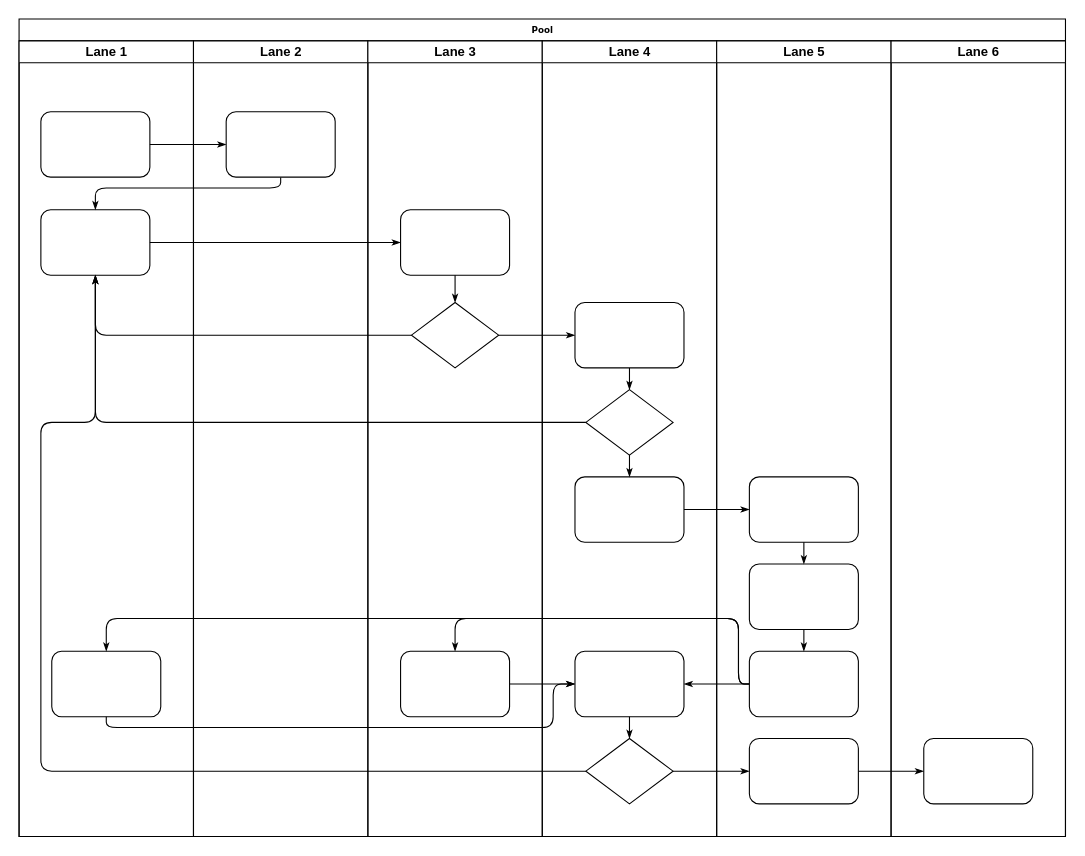
The draw.io diagram 未命名表单.drawio in Cyrusvic/358pub, before the edit. Source tidied: cells renumbered, new cells numbered last; positions are measured from the earlier drawing's top-left corner, leaving out a move shared by most shapes. Both pictures are drawn from the tidied source at 109%, with x=0, y=0 at pixel (19, 19).
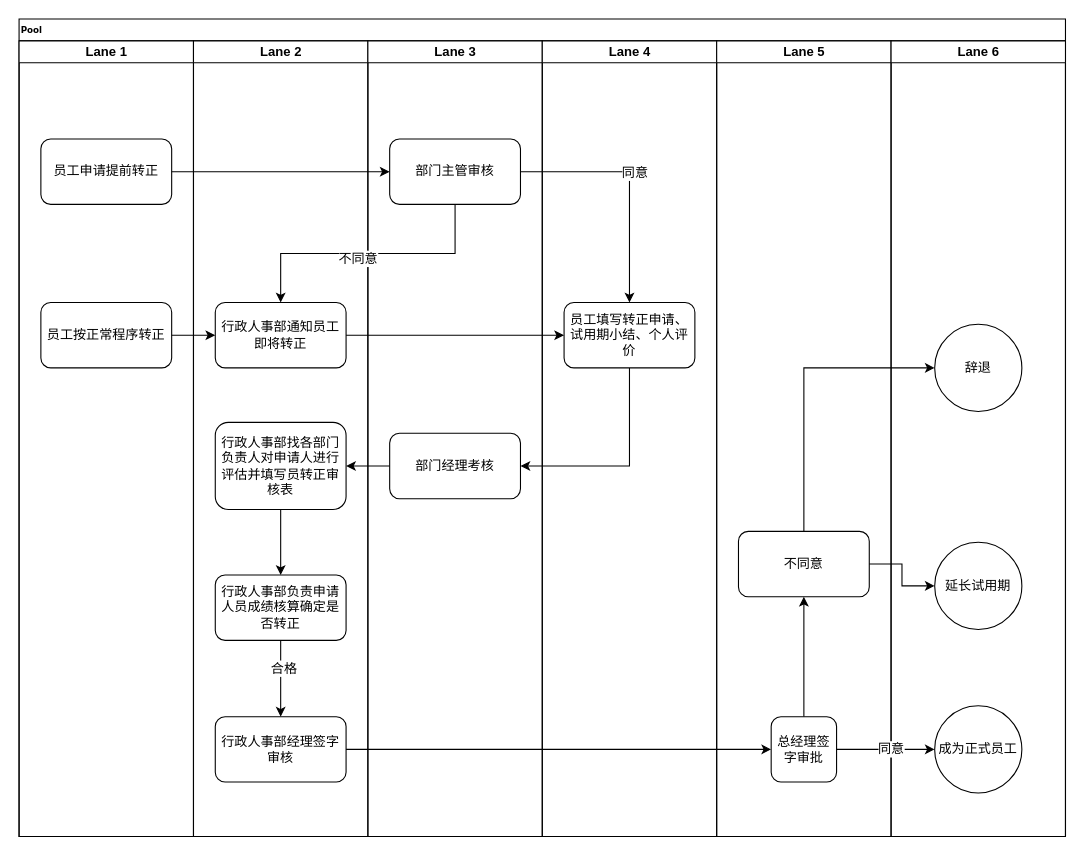
Above is the later version.

Unchanged cells that the change refers to:
```xml
<mxCell id="3" value="Lane 1" style="swimlane;html=1;startSize=20;" parent="2" vertex="1">
  <mxGeometry y="20" width="160" height="730" as="geometry" />
</mxCell>
<mxCell id="22" value="Lane 2" style="swimlane;html=1;startSize=20;" parent="2" vertex="1">
  <mxGeometry x="160" y="20" width="160" height="730" as="geometry" />
</mxCell>
<mxCell id="24" value="Lane 3" style="swimlane;html=1;startSize=20;" parent="2" vertex="1">
  <mxGeometry x="320" y="20" width="160" height="730" as="geometry" />
</mxCell>
<mxCell id="29" value="Lane 4" style="swimlane;html=1;startSize=20;" parent="2" vertex="1">
  <mxGeometry x="480" y="20" width="160" height="730" as="geometry" />
</mxCell>
<mxCell id="38" value="Lane 5" style="swimlane;html=1;startSize=20;" parent="2" vertex="1">
  <mxGeometry x="640" y="20" width="160" height="730" as="geometry" />
</mxCell>
<mxCell id="45" value="Lane 6" style="swimlane;html=1;startSize=20;" parent="2" vertex="1">
  <mxGeometry x="800" y="20" width="160" height="730" as="geometry" />
</mxCell>
```

What changed in the source:
```diff
@@
-    <mxCell id="2" value="Pool" style="swimlane;html=1;startSize=20;rounded=0;shadow=0;labelBackgroundColor=none;strokeWidth=1;fontFamily=Verdana;fontSize=8;align=center;" parent="1" vertex="1">
+    <mxCell id="2" value="Pool" style="swimlane;html=1;startSize=20;rounded=0;shadow=0;labelBackgroundColor=none;strokeWidth=1;fontFamily=Verdana;fontSize=8;align=left;" parent="1" vertex="1">
       <mxGeometry width="960" height="750" as="geometry" />
     </mxCell>
@@
-    <mxCell id="4" style="rounded=1;whiteSpace=wrap;html=1;shadow=0;labelBackgroundColor=none;strokeWidth=1;fontFamily=Verdana;fontSize=8;align=center;" parent="3" vertex="1">
-      <mxGeometry x="20" y="65" width="100" height="60" as="geometry" />
-    </mxCell>
-    <mxCell id="5" style="rounded=1;whiteSpace=wrap;html=1;shadow=0;labelBackgroundColor=none;strokeWidth=1;fontFamily=Verdana;fontSize=8;align=center;" parent="3" vertex="1">
-      <mxGeometry x="20" y="155" width="100" height="60" as="geometry" />
-    </mxCell>
-    <mxCell id="6" style="rounded=1;whiteSpace=wrap;html=1;shadow=0;labelBackgroundColor=none;strokeWidth=1;fontFamily=Verdana;fontSize=8;align=center;" parent="3" vertex="1">
-      <mxGeometry x="30" y="560" width="100" height="60" as="geometry" />
-    </mxCell>
-    <mxCell id="7" style="edgeStyle=orthogonalEdgeStyle;rounded=1;html=1;labelBackgroundColor=none;startArrow=none;startFill=0;startSize=5;endArrow=classicThin;endFill=1;endSize=5;jettySize=auto;strokeWidth=1;fontFamily=Verdana;fontSize=8;" parent="2" edge="1" source="4" target="23">
-      <mxGeometry relative="1" as="geometry" />
-    </mxCell>
-    <mxCell id="8" style="edgeStyle=orthogonalEdgeStyle;rounded=1;html=1;labelBackgroundColor=none;startArrow=none;startFill=0;startSize=5;endArrow=classicThin;endFill=1;endSize=5;jettySize=auto;strokeWidth=1;fontFamily=Verdana;fontSize=8;" parent="2" edge="1" source="23" target="5">
-      <mxGeometry relative="1" as="geometry">
-        <Array as="points">
-          <mxPoint x="240" y="155" />
-          <mxPoint x="70" y="155" />
-        </Array>
-      </mxGeometry>
-    </mxCell>
-    <mxCell id="9" style="edgeStyle=orthogonalEdgeStyle;rounded=1;html=1;labelBackgroundColor=none;startArrow=none;startFill=0;startSize=5;endArrow=classicThin;endFill=1;endSize=5;jettySize=auto;strokeWidth=1;fontFamily=Verdana;fontSize=8;" parent="2" edge="1" source="5" target="25">
-      <mxGeometry relative="1" as="geometry" />
-    </mxCell>
-    <mxCell id="10" style="edgeStyle=orthogonalEdgeStyle;rounded=1;html=1;labelBackgroundColor=none;startArrow=none;startFill=0;startSize=5;endArrow=classicThin;endFill=1;endSize=5;jettySize=auto;strokeWidth=1;fontFamily=Verdana;fontSize=8;" parent="2" edge="1" source="26" target="5">
-      <mxGeometry relative="1" as="geometry" />
-    </mxCell>
-    <mxCell id="11" style="edgeStyle=orthogonalEdgeStyle;rounded=1;html=1;labelBackgroundColor=none;startArrow=none;startFill=0;startSize=5;endArrow=classicThin;endFill=1;endSize=5;jettySize=auto;strokeWidth=1;fontFamily=Verdana;fontSize=8;" parent="2" edge="1" source="31" target="5">
-      <mxGeometry relative="1" as="geometry" />
-    </mxCell>
-    <mxCell id="12" style="edgeStyle=orthogonalEdgeStyle;rounded=1;html=1;labelBackgroundColor=none;startArrow=none;startFill=0;startSize=5;endArrow=classicThin;endFill=1;endSize=5;jettySize=auto;strokeWidth=1;fontFamily=Verdana;fontSize=8;" parent="2" edge="1" source="34" target="5">
-      <mxGeometry relative="1" as="geometry">
-        <Array as="points">
-          <mxPoint x="20" y="690" />
-          <mxPoint x="20" y="370" />
-          <mxPoint x="70" y="370" />
-        </Array>
-      </mxGeometry>
-    </mxCell>
-    <mxCell id="13" style="edgeStyle=orthogonalEdgeStyle;rounded=1;html=1;labelBackgroundColor=none;startArrow=none;startFill=0;startSize=5;endArrow=classicThin;endFill=1;endSize=5;jettySize=auto;strokeWidth=1;fontFamily=Verdana;fontSize=8;" parent="2" edge="1" source="26" target="30">
-      <mxGeometry relative="1" as="geometry" />
-    </mxCell>
-    <mxCell id="14" style="edgeStyle=orthogonalEdgeStyle;rounded=1;html=1;labelBackgroundColor=none;startArrow=none;startFill=0;startSize=5;endArrow=classicThin;endFill=1;endSize=5;jettySize=auto;strokeWidth=1;fontFamily=Verdana;fontSize=8;" parent="2" edge="1" source="34" target="42">
-      <mxGeometry relative="1" as="geometry" />
-    </mxCell>
-    <mxCell id="15" style="edgeStyle=orthogonalEdgeStyle;rounded=1;html=1;labelBackgroundColor=none;startArrow=none;startFill=0;startSize=5;endArrow=classicThin;endFill=1;endSize=5;jettySize=auto;strokeWidth=1;fontFamily=Verdana;fontSize=8;" parent="2" edge="1" source="42" target="46">
-      <mxGeometry relative="1" as="geometry" />
-    </mxCell>
-    <mxCell id="16" style="edgeStyle=orthogonalEdgeStyle;rounded=1;html=1;labelBackgroundColor=none;startArrow=none;startFill=0;startSize=5;endArrow=classicThin;endFill=1;endSize=5;jettySize=auto;strokeWidth=1;fontFamily=Verdana;fontSize=8;" parent="2" edge="1" source="32" target="39">
-      <mxGeometry relative="1" as="geometry" />
-    </mxCell>
-    <mxCell id="17" style="edgeStyle=orthogonalEdgeStyle;rounded=1;html=1;labelBackgroundColor=none;startArrow=none;startFill=0;startSize=5;endArrow=classicThin;endFill=1;endSize=5;jettySize=auto;strokeWidth=1;fontFamily=Verdana;fontSize=8;" parent="2" edge="1" source="41" target="27">
-      <mxGeometry relative="1" as="geometry">
-        <Array as="points">
-          <mxPoint x="660" y="610" />
-          <mxPoint x="660" y="550" />
-          <mxPoint x="400" y="550" />
-        </Array>
-      </mxGeometry>
-    </mxCell>
-    <mxCell id="18" style="edgeStyle=orthogonalEdgeStyle;rounded=1;html=1;labelBackgroundColor=none;startArrow=none;startFill=0;startSize=5;endArrow=classicThin;endFill=1;endSize=5;jettySize=auto;strokeColor=#000000;strokeWidth=1;fontFamily=Verdana;fontSize=8;fontColor=#000000;" parent="2" edge="1" source="41" target="33">
-      <mxGeometry relative="1" as="geometry" />
-    </mxCell>
-    <mxCell id="19" style="edgeStyle=orthogonalEdgeStyle;rounded=1;html=1;labelBackgroundColor=none;startArrow=none;startFill=0;startSize=5;endArrow=classicThin;endFill=1;endSize=5;jettySize=auto;strokeWidth=1;fontFamily=Verdana;fontSize=8;" parent="2" edge="1" source="41" target="6">
-      <mxGeometry relative="1" as="geometry">
-        <Array as="points">
-          <mxPoint x="660" y="610" />
-          <mxPoint x="660" y="550" />
-          <mxPoint x="80" y="550" />
-        </Array>
-      </mxGeometry>
-    </mxCell>
-    <mxCell id="20" style="edgeStyle=orthogonalEdgeStyle;rounded=1;html=1;labelBackgroundColor=none;startArrow=none;startFill=0;startSize=5;endArrow=classicThin;endFill=1;endSize=5;jettySize=auto;strokeWidth=1;fontFamily=Verdana;fontSize=8;" parent="2" edge="1" source="6" target="33">
-      <mxGeometry relative="1" as="geometry">
-        <Array as="points">
-          <mxPoint x="80" y="650" />
-          <mxPoint x="490" y="650" />
-          <mxPoint x="490" y="610" />
-        </Array>
-      </mxGeometry>
-    </mxCell>
-    <mxCell id="21" style="edgeStyle=orthogonalEdgeStyle;rounded=1;html=1;labelBackgroundColor=none;startArrow=none;startFill=0;startSize=5;endArrow=classicThin;endFill=1;endSize=5;jettySize=auto;strokeWidth=1;fontFamily=Verdana;fontSize=8;" parent="2" edge="1" source="27" target="33">
-      <mxGeometry relative="1" as="geometry" />
-    </mxCell>
+    <mxCell id="47" value="员工申请提前转正" style="rounded=1;whiteSpace=wrap;html=1;" parent="3" vertex="1">
+      <mxGeometry x="20" y="90" width="120" height="60" as="geometry" />
+    </mxCell>
+    <mxCell id="48" value="员工按正常程序转正" style="rounded=1;whiteSpace=wrap;html=1;" parent="3" vertex="1">
+      <mxGeometry x="20" y="240" width="120" height="60" as="geometry" />
+    </mxCell>
@@
-    <mxCell id="23" style="rounded=1;whiteSpace=wrap;html=1;shadow=0;labelBackgroundColor=none;strokeWidth=1;fontFamily=Verdana;fontSize=8;align=center;" parent="22" vertex="1">
-      <mxGeometry x="30" y="65" width="100" height="60" as="geometry" />
-    </mxCell>
+    <mxCell id="49" value="行政人事部通知员工即将转正" style="rounded=1;whiteSpace=wrap;html=1;" parent="22" vertex="1">
+      <mxGeometry x="20" y="240" width="120" height="60" as="geometry" />
+    </mxCell>
+    <mxCell id="50" style="edgeStyle=orthogonalEdgeStyle;rounded=0;jettySize=auto;html=1;exitX=0.5;exitY=1;exitDx=0;exitDy=0;entryX=0.5;entryY=0;entryDx=0;entryDy=0;" parent="22" edge="1" source="51" target="55">
+      <mxGeometry relative="1" as="geometry" />
+    </mxCell>
+    <mxCell id="51" value="行政人事部找各部门负责人对申请人进行评估并填写员转正审核表" style="rounded=1;whiteSpace=wrap;html=1;align=center;" parent="22" vertex="1">
+      <mxGeometry x="20" y="350" width="120" height="80" as="geometry" />
+    </mxCell>
+    <mxCell id="52" value="行政人事部经理签字审核" style="rounded=1;whiteSpace=wrap;html=1;align=center;" parent="22" vertex="1">
+      <mxGeometry x="20" y="620" width="120" height="60" as="geometry" />
+    </mxCell>
+    <mxCell id="53" style="edgeStyle=orthogonalEdgeStyle;rounded=0;jettySize=auto;html=1;exitX=0.5;exitY=1;exitDx=0;exitDy=0;entryX=0.5;entryY=0;entryDx=0;entryDy=0;" parent="22" edge="1" source="55" target="52">
+      <mxGeometry relative="1" as="geometry" />
+    </mxCell>
+    <mxCell id="54" value="合格" style="text;html=1;align=center;verticalAlign=middle;labelBackgroundColor=#ffffff;" parent="53" vertex="1">
+      <mxGeometry x="-0.28" y="2" relative="1" as="geometry" />
+    </mxCell>
+    <mxCell id="55" value="&lt;span style=&quot;white-space: normal;&quot;&gt;行政人事部负责申请人员成绩核算确定是否转正&lt;/span&gt;" style="rounded=1;whiteSpace=wrap;html=1;align=center;" parent="22" vertex="1">
+      <mxGeometry x="20" y="490" width="120" height="60" as="geometry" />
+    </mxCell>
@@
-    <mxCell id="25" style="rounded=1;whiteSpace=wrap;html=1;shadow=0;labelBackgroundColor=none;strokeWidth=1;fontFamily=Verdana;fontSize=8;align=center;" parent="24" vertex="1">
-      <mxGeometry x="30" y="155" width="100" height="60" as="geometry" />
-    </mxCell>
-    <mxCell id="26" style="rhombus;whiteSpace=wrap;html=1;rounded=0;shadow=0;labelBackgroundColor=none;strokeWidth=1;fontFamily=Verdana;fontSize=8;align=center;" parent="24" vertex="1">
-      <mxGeometry x="40" y="240" width="80" height="60" as="geometry" />
-    </mxCell>
-    <mxCell id="27" style="rounded=1;whiteSpace=wrap;html=1;shadow=0;labelBackgroundColor=none;strokeWidth=1;fontFamily=Verdana;fontSize=8;align=center;" parent="24" vertex="1">
-      <mxGeometry x="30" y="560" width="100" height="60" as="geometry" />
-    </mxCell>
-    <mxCell id="28" style="edgeStyle=orthogonalEdgeStyle;rounded=1;html=1;labelBackgroundColor=none;startArrow=none;startFill=0;startSize=5;endArrow=classicThin;endFill=1;endSize=5;jettySize=auto;strokeWidth=1;fontFamily=Verdana;fontSize=8;" parent="24" edge="1" source="25" target="26">
-      <mxGeometry relative="1" as="geometry" />
-    </mxCell>
+    <mxCell id="56" value="部门经理考核" style="rounded=1;whiteSpace=wrap;html=1;" parent="24" vertex="1">
+      <mxGeometry x="20" y="360" width="120" height="60" as="geometry" />
+    </mxCell>
+    <mxCell id="57" value="&lt;span style=&quot;white-space: normal;&quot;&gt;部门主管审核&lt;/span&gt;" style="rounded=1;whiteSpace=wrap;html=1;align=center;" parent="24" vertex="1">
+      <mxGeometry x="20" y="90" width="120" height="60" as="geometry" />
+    </mxCell>
@@
-    <mxCell id="30" style="rounded=1;whiteSpace=wrap;html=1;shadow=0;labelBackgroundColor=none;strokeWidth=1;fontFamily=Verdana;fontSize=8;align=center;" parent="29" vertex="1">
-      <mxGeometry x="30" y="240" width="100" height="60" as="geometry" />
-    </mxCell>
-    <mxCell id="31" style="rhombus;whiteSpace=wrap;html=1;rounded=0;shadow=0;labelBackgroundColor=none;strokeWidth=1;fontFamily=Verdana;fontSize=8;align=center;" parent="29" vertex="1">
-      <mxGeometry x="40" y="320" width="80" height="60" as="geometry" />
-    </mxCell>
-    <mxCell id="32" style="rounded=1;whiteSpace=wrap;html=1;shadow=0;labelBackgroundColor=none;strokeWidth=1;fontFamily=Verdana;fontSize=8;align=center;" parent="29" vertex="1">
-      <mxGeometry x="30" y="400" width="100" height="60" as="geometry" />
-    </mxCell>
-    <mxCell id="33" style="rounded=1;whiteSpace=wrap;html=1;shadow=0;labelBackgroundColor=none;strokeWidth=1;fontFamily=Verdana;fontSize=8;align=center;" parent="29" vertex="1">
-      <mxGeometry x="30" y="560" width="100" height="60" as="geometry" />
-    </mxCell>
-    <mxCell id="34" style="rhombus;whiteSpace=wrap;html=1;rounded=0;shadow=0;labelBackgroundColor=none;strokeWidth=1;fontFamily=Verdana;fontSize=8;align=center;" parent="29" vertex="1">
-      <mxGeometry x="40" y="640" width="80" height="60" as="geometry" />
-    </mxCell>
-    <mxCell id="35" style="edgeStyle=orthogonalEdgeStyle;rounded=1;html=1;labelBackgroundColor=none;startArrow=none;startFill=0;startSize=5;endArrow=classicThin;endFill=1;endSize=5;jettySize=auto;strokeColor=#000000;strokeWidth=1;fontFamily=Verdana;fontSize=8;fontColor=#000000;" parent="29" edge="1" source="30" target="31">
-      <mxGeometry relative="1" as="geometry" />
-    </mxCell>
-    <mxCell id="36" style="edgeStyle=orthogonalEdgeStyle;rounded=1;html=1;labelBackgroundColor=none;startArrow=none;startFill=0;startSize=5;endArrow=classicThin;endFill=1;endSize=5;jettySize=auto;strokeWidth=1;fontFamily=Verdana;fontSize=8;" parent="29" edge="1" source="31" target="32">
-      <mxGeometry relative="1" as="geometry" />
-    </mxCell>
-    <mxCell id="37" style="edgeStyle=orthogonalEdgeStyle;rounded=1;html=1;labelBackgroundColor=none;startArrow=none;startFill=0;startSize=5;endArrow=classicThin;endFill=1;endSize=5;jettySize=auto;strokeWidth=1;fontFamily=Verdana;fontSize=8;" parent="29" edge="1" source="33" target="34">
-      <mxGeometry relative="1" as="geometry" />
-    </mxCell>
+    <mxCell id="58" value="员工填写转正申请、试用期小结、个人评价" style="rounded=1;whiteSpace=wrap;html=1;" parent="29" vertex="1">
+      <mxGeometry x="20" y="240" width="120" height="60" as="geometry" />
+    </mxCell>
@@
-    <mxCell id="39" style="rounded=1;whiteSpace=wrap;html=1;shadow=0;labelBackgroundColor=none;strokeWidth=1;fontFamily=Verdana;fontSize=8;align=center;" parent="38" vertex="1">
-      <mxGeometry x="30" y="400" width="100" height="60" as="geometry" />
-    </mxCell>
-    <mxCell id="40" style="rounded=1;whiteSpace=wrap;html=1;shadow=0;labelBackgroundColor=none;strokeWidth=1;fontFamily=Verdana;fontSize=8;align=center;" parent="38" vertex="1">
-      <mxGeometry x="30" y="480" width="100" height="60" as="geometry" />
-    </mxCell>
-    <mxCell id="41" style="rounded=1;whiteSpace=wrap;html=1;shadow=0;labelBackgroundColor=none;strokeWidth=1;fontFamily=Verdana;fontSize=8;align=center;" parent="38" vertex="1">
-      <mxGeometry x="30" y="560" width="100" height="60" as="geometry" />
-    </mxCell>
-    <mxCell id="42" style="rounded=1;whiteSpace=wrap;html=1;shadow=0;labelBackgroundColor=none;strokeWidth=1;fontFamily=Verdana;fontSize=8;align=center;" parent="38" vertex="1">
-      <mxGeometry x="30" y="640" width="100" height="60" as="geometry" />
-    </mxCell>
-    <mxCell id="43" style="edgeStyle=orthogonalEdgeStyle;rounded=1;html=1;labelBackgroundColor=none;startArrow=none;startFill=0;startSize=5;endArrow=classicThin;endFill=1;endSize=5;jettySize=auto;strokeWidth=1;fontFamily=Verdana;fontSize=8;" parent="38" edge="1" source="39" target="40">
-      <mxGeometry relative="1" as="geometry" />
-    </mxCell>
-    <mxCell id="44" style="edgeStyle=orthogonalEdgeStyle;rounded=1;html=1;labelBackgroundColor=none;startArrow=none;startFill=0;startSize=5;endArrow=classicThin;endFill=1;endSize=5;jettySize=auto;strokeWidth=1;fontFamily=Verdana;fontSize=8;" parent="38" edge="1" source="40" target="41">
-      <mxGeometry relative="1" as="geometry" />
-    </mxCell>
+    <mxCell id="59" style="edgeStyle=orthogonalEdgeStyle;rounded=0;jettySize=auto;html=1;exitX=0.5;exitY=0;exitDx=0;exitDy=0;entryX=0.5;entryY=1;entryDx=0;entryDy=0;" parent="38" edge="1" source="60" target="61">
+      <mxGeometry relative="1" as="geometry" />
+    </mxCell>
+    <mxCell id="60" value="总经理签字审批" style="rounded=1;whiteSpace=wrap;html=1;align=center;" parent="38" vertex="1">
+      <mxGeometry x="50" y="620" width="60" height="60" as="geometry" />
+    </mxCell>
+    <mxCell id="61" value="不同意" style="rounded=1;whiteSpace=wrap;html=1;align=center;" parent="38" vertex="1">
+      <mxGeometry x="20" y="450" width="120" height="60" as="geometry" />
+    </mxCell>
@@
-    <mxCell id="46" style="rounded=1;whiteSpace=wrap;html=1;shadow=0;labelBackgroundColor=none;strokeWidth=1;fontFamily=Verdana;fontSize=8;align=center;" parent="45" vertex="1">
-      <mxGeometry x="30" y="640" width="100" height="60" as="geometry" />
-    </mxCell>
+    <mxCell id="62" value="辞退" style="ellipse;whiteSpace=wrap;html=1;align=center;" parent="45" vertex="1">
+      <mxGeometry x="40" y="260" width="80" height="80" as="geometry" />
+    </mxCell>
+    <mxCell id="63" value="延长试用期" style="ellipse;whiteSpace=wrap;html=1;align=center;" parent="45" vertex="1">
+      <mxGeometry x="40" y="460" width="80" height="80" as="geometry" />
+    </mxCell>
+    <mxCell id="64" value="成为正式员工" style="ellipse;whiteSpace=wrap;html=1;align=center;" parent="45" vertex="1">
+      <mxGeometry x="40" y="610" width="80" height="80" as="geometry" />
+    </mxCell>
+    <mxCell id="65" style="edgeStyle=orthogonalEdgeStyle;rounded=0;jettySize=auto;html=1;" parent="2" edge="1" source="47">
+      <mxGeometry relative="1" as="geometry">
+        <mxPoint x="340" y="140" as="targetPoint" />
+      </mxGeometry>
+    </mxCell>
+    <mxCell id="66" style="edgeStyle=orthogonalEdgeStyle;rounded=0;jettySize=auto;html=1;exitX=0.5;exitY=1;exitDx=0;exitDy=0;" parent="2" edge="1" source="57" target="49">
+      <mxGeometry relative="1" as="geometry" />
+    </mxCell>
+    <mxCell id="67" value="不同意" style="text;html=1;align=center;verticalAlign=middle;labelBackgroundColor=#ffffff;" parent="66" vertex="1">
+      <mxGeometry x="-0.7" y="-10" relative="1" as="geometry">
+        <mxPoint x="-80" y="11" as="offset" />
+      </mxGeometry>
+    </mxCell>
+    <mxCell id="68" style="edgeStyle=orthogonalEdgeStyle;rounded=0;jettySize=auto;html=1;entryX=0;entryY=0.5;entryDx=0;entryDy=0;" parent="2" edge="1" source="48" target="49">
+      <mxGeometry relative="1" as="geometry" />
+    </mxCell>
+    <mxCell id="69" style="edgeStyle=orthogonalEdgeStyle;rounded=0;jettySize=auto;html=1;entryX=0;entryY=0.5;entryDx=0;entryDy=0;" parent="2" edge="1" source="49" target="58">
+      <mxGeometry relative="1" as="geometry" />
+    </mxCell>
+    <mxCell id="70" style="edgeStyle=orthogonalEdgeStyle;rounded=0;jettySize=auto;html=1;entryX=0.5;entryY=0;entryDx=0;entryDy=0;exitX=1;exitY=0.5;exitDx=0;exitDy=0;" parent="2" edge="1" source="57" target="58">
+      <mxGeometry relative="1" as="geometry" />
+    </mxCell>
+    <mxCell id="71" value="同意" style="text;html=1;align=center;verticalAlign=middle;labelBackgroundColor=#ffffff;" parent="70" vertex="1">
+      <mxGeometry x="-0.34" y="-1" relative="1" as="geometry">
+        <mxPoint x="31" y="-1" as="offset" />
+      </mxGeometry>
+    </mxCell>
+    <mxCell id="72" style="edgeStyle=orthogonalEdgeStyle;rounded=0;jettySize=auto;html=1;entryX=1;entryY=0.5;entryDx=0;entryDy=0;exitX=0.5;exitY=1;exitDx=0;exitDy=0;" parent="2" edge="1" source="58" target="56">
+      <mxGeometry relative="1" as="geometry" />
+    </mxCell>
+    <mxCell id="73" style="edgeStyle=orthogonalEdgeStyle;rounded=0;jettySize=auto;html=1;exitX=0;exitY=0.5;exitDx=0;exitDy=0;entryX=1;entryY=0.5;entryDx=0;entryDy=0;" parent="2" edge="1" source="56" target="51">
+      <mxGeometry relative="1" as="geometry" />
+    </mxCell>
+    <mxCell id="74" style="edgeStyle=orthogonalEdgeStyle;rounded=0;jettySize=auto;html=1;exitX=1;exitY=0.5;exitDx=0;exitDy=0;entryX=0;entryY=0.5;entryDx=0;entryDy=0;" parent="2" edge="1" source="52" target="60">
+      <mxGeometry relative="1" as="geometry" />
+    </mxCell>
+    <mxCell id="75" style="edgeStyle=orthogonalEdgeStyle;rounded=0;jettySize=auto;html=1;exitX=1;exitY=0.5;exitDx=0;exitDy=0;entryX=0;entryY=0.5;entryDx=0;entryDy=0;" parent="2" edge="1" source="60" target="64">
+      <mxGeometry relative="1" as="geometry" />
+    </mxCell>
+    <mxCell id="76" value="同意" style="text;html=1;align=center;verticalAlign=middle;labelBackgroundColor=#ffffff;" parent="75" vertex="1">
+      <mxGeometry x="-0.15" relative="1" as="geometry">
+        <mxPoint x="11.3" y="-0.2" as="offset" />
+      </mxGeometry>
+    </mxCell>
+    <mxCell id="77" style="edgeStyle=orthogonalEdgeStyle;rounded=0;jettySize=auto;html=1;entryX=0;entryY=0.5;entryDx=0;entryDy=0;exitX=1;exitY=0.5;exitDx=0;exitDy=0;" parent="2" edge="1" source="61" target="63">
+      <mxGeometry relative="1" as="geometry" />
+    </mxCell>
+    <mxCell id="78" style="edgeStyle=orthogonalEdgeStyle;rounded=0;jettySize=auto;html=1;exitX=0.5;exitY=0;exitDx=0;exitDy=0;entryX=0;entryY=0.5;entryDx=0;entryDy=0;" parent="2" edge="1" source="61" target="62">
+      <mxGeometry relative="1" as="geometry" />
+    </mxCell>
```
